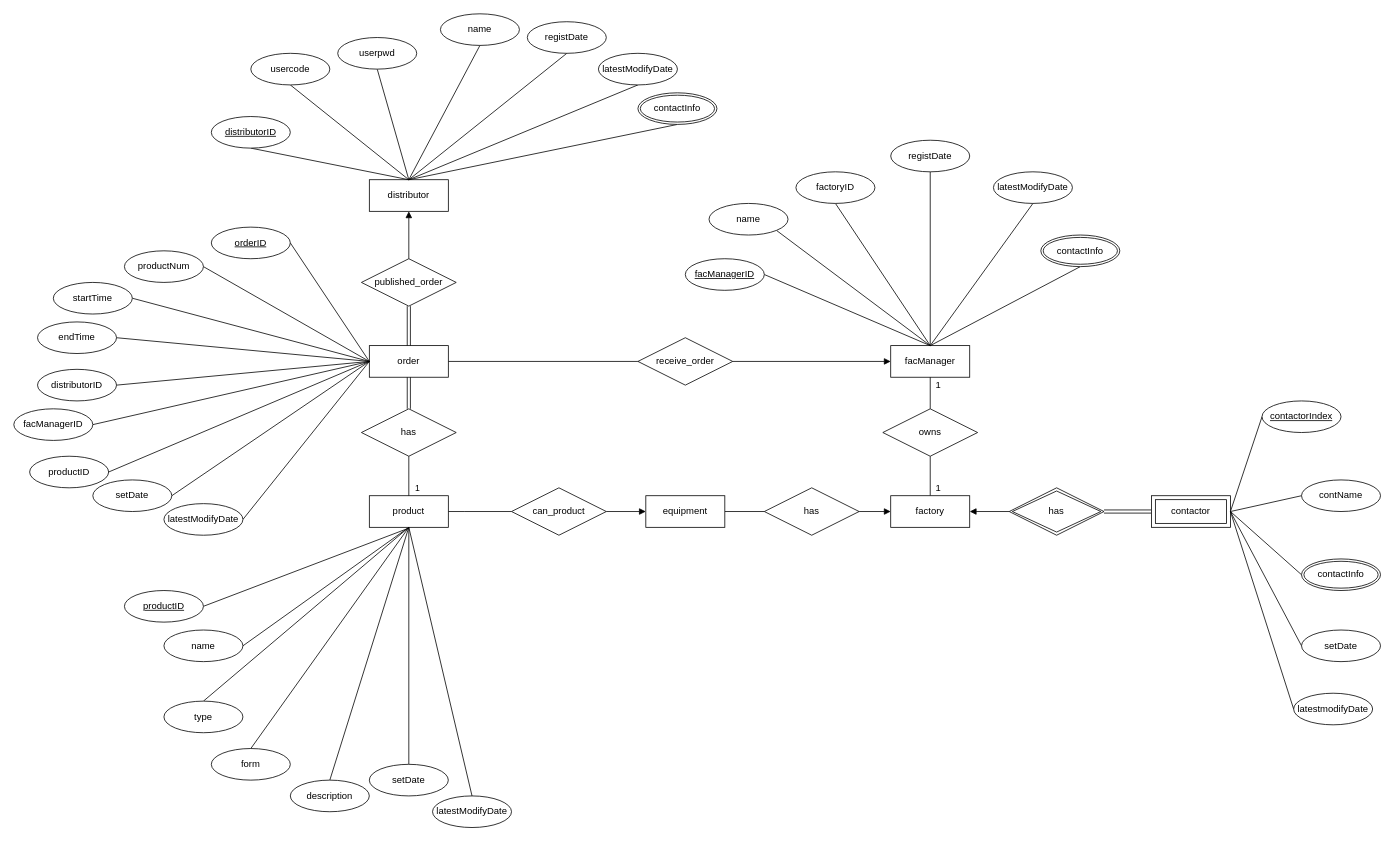
WZYtrick/ERD keeps this draw.io diagram as Untitled Diagram.drawio. Above is the earlier version. Source tidied: cells renumbered, new cells numbered last; positions are measured from the earlier drawing's top-left corner, leaving out a move shared by most shapes. Both pictures are drawn from the tidied source at 79%, with x=0, y=0 at pixel (13, 13).
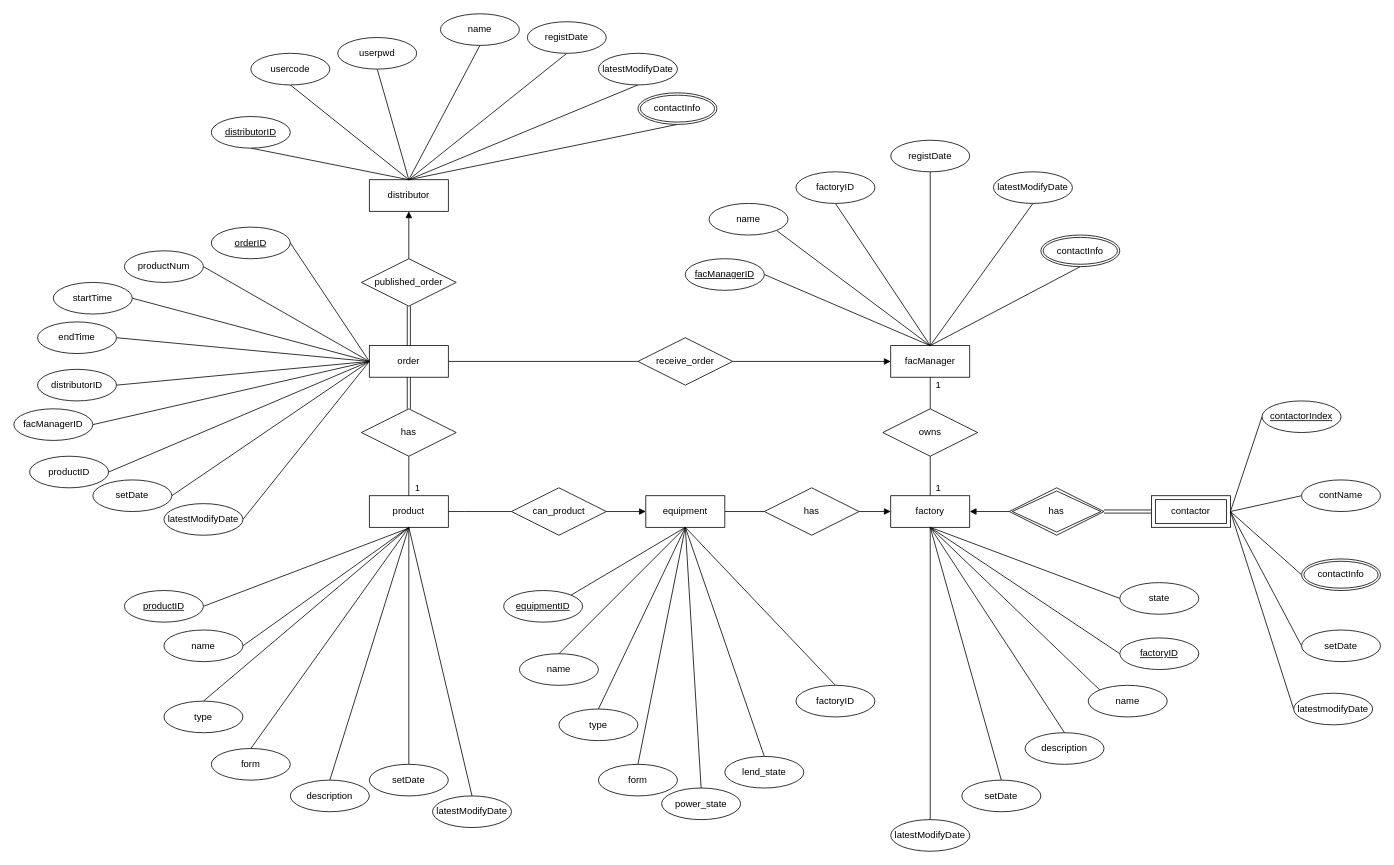
After the change.

Unchanged cells that the change refers to:
```xml
<mxCell id="13" value="equipment" style="whiteSpace=wrap;html=1;align=center;" parent="1" vertex="1">
  <mxGeometry x="800" y="610" width="100" height="40" as="geometry" />
</mxCell>
<mxCell id="17" value="factory" style="whiteSpace=wrap;html=1;align=center;" parent="1" vertex="1">
  <mxGeometry x="1110" y="610" width="100" height="40" as="geometry" />
</mxCell>
```

Change to the diagram source:
```diff
@@
+    <mxCell id="101" style="edgeStyle=none;rounded=0;jettySize=auto;html=1;exitX=0;exitY=0.5;exitDx=0;exitDy=0;entryX=0.5;entryY=1;entryDx=0;entryDy=0;startArrow=none;startFill=0;endArrow=none;endFill=0;strokeColor=#000000;" parent="1" edge="1" source="102" target="17">
+      <mxGeometry relative="1" as="geometry" />
+    </mxCell>
+    <mxCell id="102" value="factoryID" style="ellipse;whiteSpace=wrap;html=1;align=center;fontStyle=4;" parent="1" vertex="1">
+      <mxGeometry x="1400" y="790" width="100" height="40" as="geometry" />
+    </mxCell>
+    <mxCell id="103" style="edgeStyle=none;rounded=0;jettySize=auto;html=1;exitX=0;exitY=0;exitDx=0;exitDy=0;startArrow=none;startFill=0;endArrow=none;endFill=0;strokeColor=#000000;" parent="1" edge="1" source="104">
+      <mxGeometry relative="1" as="geometry">
+        <mxPoint x="1160" y="650" as="targetPoint" />
+      </mxGeometry>
+    </mxCell>
+    <mxCell id="104" value="name" style="ellipse;whiteSpace=wrap;html=1;align=center;" parent="1" vertex="1">
+      <mxGeometry x="1360" y="850" width="100" height="40" as="geometry" />
+    </mxCell>
+    <mxCell id="105" style="edgeStyle=none;rounded=0;jettySize=auto;html=1;exitX=0.5;exitY=0;exitDx=0;exitDy=0;entryX=0.5;entryY=1;entryDx=0;entryDy=0;startArrow=none;startFill=0;endArrow=none;endFill=0;strokeColor=#000000;" parent="1" edge="1" source="106" target="17">
+      <mxGeometry relative="1" as="geometry" />
+    </mxCell>
+    <mxCell id="106" value="description" style="ellipse;whiteSpace=wrap;html=1;align=center;" parent="1" vertex="1">
+      <mxGeometry x="1280" y="910" width="100" height="40" as="geometry" />
+    </mxCell>
+    <mxCell id="107" style="edgeStyle=none;rounded=0;jettySize=auto;html=1;exitX=0;exitY=0.5;exitDx=0;exitDy=0;entryX=0.5;entryY=1;entryDx=0;entryDy=0;startArrow=none;startFill=0;endArrow=none;endFill=0;strokeColor=#000000;" parent="1" edge="1" source="108" target="17">
+      <mxGeometry relative="1" as="geometry" />
+    </mxCell>
+    <mxCell id="108" value="state" style="ellipse;whiteSpace=wrap;html=1;align=center;" parent="1" vertex="1">
+      <mxGeometry x="1400" y="720" width="100" height="40" as="geometry" />
+    </mxCell>
+    <mxCell id="109" style="edgeStyle=none;rounded=0;jettySize=auto;html=1;exitX=0.5;exitY=0;exitDx=0;exitDy=0;startArrow=none;startFill=0;endArrow=none;endFill=0;strokeColor=#000000;" parent="1" edge="1" source="110">
+      <mxGeometry relative="1" as="geometry">
+        <mxPoint x="1160" y="650" as="targetPoint" />
+      </mxGeometry>
+    </mxCell>
+    <mxCell id="110" value="setDate" style="ellipse;whiteSpace=wrap;html=1;align=center;" parent="1" vertex="1">
+      <mxGeometry x="1200" y="970" width="100" height="40" as="geometry" />
+    </mxCell>
+    <mxCell id="111" style="edgeStyle=none;rounded=0;jettySize=auto;html=1;exitX=0.5;exitY=0;exitDx=0;exitDy=0;startArrow=none;startFill=0;endArrow=none;endFill=0;strokeColor=#000000;entryX=0.5;entryY=1;entryDx=0;entryDy=0;" parent="1" edge="1" source="112" target="17">
+      <mxGeometry relative="1" as="geometry" />
+    </mxCell>
+    <mxCell id="112" value="latestModifyDate" style="ellipse;whiteSpace=wrap;html=1;align=center;" parent="1" vertex="1">
+      <mxGeometry x="1110" y="1020" width="100" height="40" as="geometry" />
+    </mxCell>
+    <mxCell id="113" style="edgeStyle=none;rounded=0;jettySize=auto;html=1;exitX=0.5;exitY=0;exitDx=0;exitDy=0;startArrow=none;startFill=0;endArrow=none;endFill=0;strokeColor=#000000;entryX=0.5;entryY=1;entryDx=0;entryDy=0;" parent="1" edge="1" source="114" target="13">
+      <mxGeometry relative="1" as="geometry" />
+    </mxCell>
+    <mxCell id="114" value="name" style="ellipse;whiteSpace=wrap;html=1;align=center;" parent="1" vertex="1">
+      <mxGeometry x="640" y="810" width="100" height="40" as="geometry" />
+    </mxCell>
+    <mxCell id="115" style="edgeStyle=none;rounded=0;jettySize=auto;html=1;exitX=1;exitY=0;exitDx=0;exitDy=0;entryX=0.5;entryY=1;entryDx=0;entryDy=0;startArrow=none;startFill=0;endArrow=none;endFill=0;strokeColor=#000000;" parent="1" edge="1" source="116" target="13">
+      <mxGeometry relative="1" as="geometry" />
+    </mxCell>
+    <mxCell id="116" value="equipmentID" style="ellipse;whiteSpace=wrap;html=1;align=center;fontStyle=4;" parent="1" vertex="1">
+      <mxGeometry x="620" y="730" width="100" height="40" as="geometry" />
+    </mxCell>
+    <mxCell id="117" style="edgeStyle=none;rounded=0;jettySize=auto;html=1;exitX=0.5;exitY=0;exitDx=0;exitDy=0;startArrow=none;startFill=0;endArrow=none;endFill=0;strokeColor=#000000;" parent="1" edge="1" source="118">
+      <mxGeometry relative="1" as="geometry">
+        <mxPoint x="850" y="650" as="targetPoint" />
+      </mxGeometry>
+    </mxCell>
+    <mxCell id="118" value="type" style="ellipse;whiteSpace=wrap;html=1;align=center;" parent="1" vertex="1">
+      <mxGeometry x="690" y="880" width="100" height="40" as="geometry" />
+    </mxCell>
+    <mxCell id="119" style="edgeStyle=none;rounded=0;jettySize=auto;html=1;exitX=0.5;exitY=0;exitDx=0;exitDy=0;startArrow=none;startFill=0;endArrow=none;endFill=0;strokeColor=#000000;entryX=0.5;entryY=1;entryDx=0;entryDy=0;" parent="1" edge="1" source="120" target="13">
+      <mxGeometry relative="1" as="geometry" />
+    </mxCell>
+    <mxCell id="120" value="form" style="ellipse;whiteSpace=wrap;html=1;align=center;" parent="1" vertex="1">
+      <mxGeometry x="740" y="950" width="100" height="40" as="geometry" />
+    </mxCell>
+    <mxCell id="121" style="edgeStyle=none;rounded=0;jettySize=auto;html=1;exitX=0.5;exitY=0;exitDx=0;exitDy=0;entryX=0.5;entryY=1;entryDx=0;entryDy=0;startArrow=none;startFill=0;endArrow=none;endFill=0;strokeColor=#000000;" parent="1" edge="1" source="122" target="13">
+      <mxGeometry relative="1" as="geometry" />
+    </mxCell>
+    <mxCell id="122" value="power_state" style="ellipse;whiteSpace=wrap;html=1;align=center;" parent="1" vertex="1">
+      <mxGeometry x="820" y="980" width="100" height="40" as="geometry" />
+    </mxCell>
+    <mxCell id="123" style="edgeStyle=none;rounded=0;jettySize=auto;html=1;exitX=0.5;exitY=0;exitDx=0;exitDy=0;entryX=0.5;entryY=1;entryDx=0;entryDy=0;startArrow=none;startFill=0;endArrow=none;endFill=0;strokeColor=#000000;" parent="1" edge="1" source="124" target="13">
+      <mxGeometry relative="1" as="geometry" />
+    </mxCell>
+    <mxCell id="124" value="lend_state" style="ellipse;whiteSpace=wrap;html=1;align=center;" parent="1" vertex="1">
+      <mxGeometry x="900" y="940" width="100" height="40" as="geometry" />
+    </mxCell>
+    <mxCell id="125" style="edgeStyle=none;rounded=0;jettySize=auto;html=1;exitX=0.5;exitY=0;exitDx=0;exitDy=0;entryX=0.5;entryY=1;entryDx=0;entryDy=0;startArrow=none;startFill=0;endArrow=none;endFill=0;strokeColor=#000000;" parent="1" edge="1" source="126" target="13">
+      <mxGeometry relative="1" as="geometry" />
+    </mxCell>
+    <mxCell id="126" value="factoryID" style="ellipse;whiteSpace=wrap;html=1;align=center;" parent="1" vertex="1">
+      <mxGeometry x="990" y="850" width="100" height="40" as="geometry" />
+    </mxCell>
```
